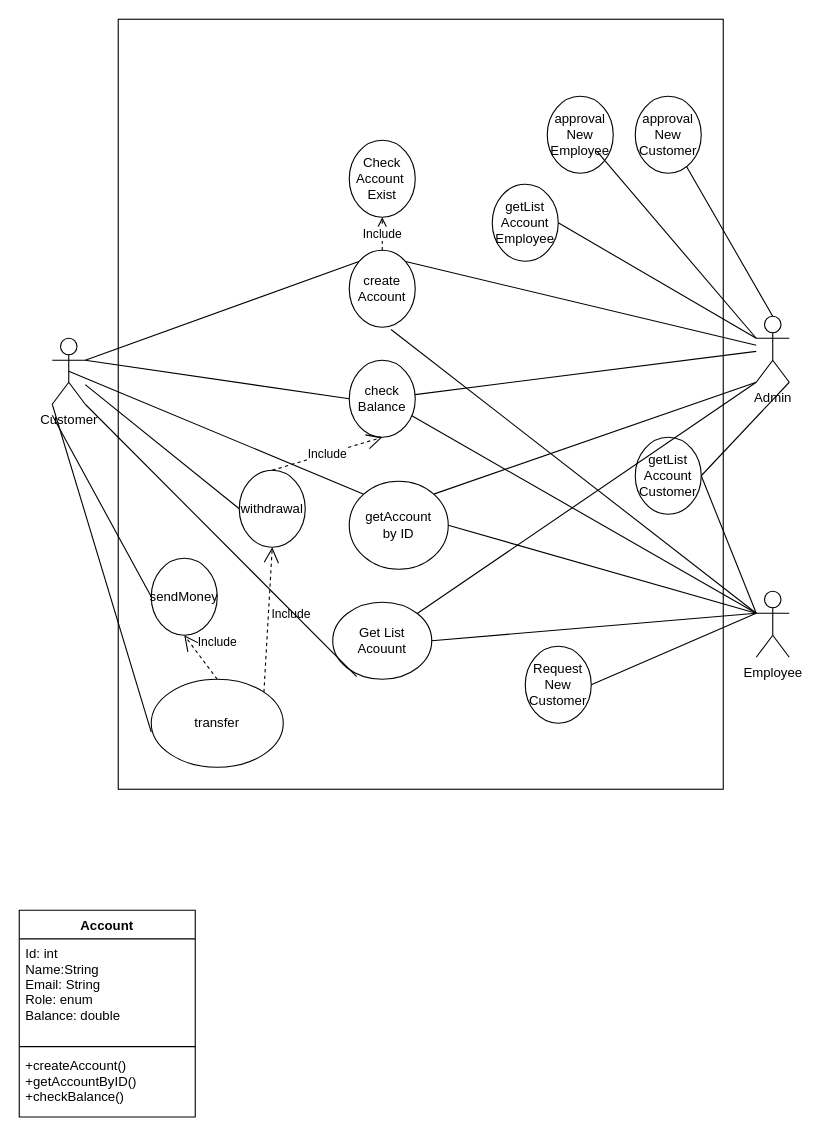
Above: Bank_Use_Case.drawio in QuyetVV1995/Bank (draw.io), before the change. Source tidied: cells renumbered, new cells numbered last; positions are measured from the earlier drawing's top-left corner, leaving out a move shared by most shapes. Both pictures are drawn from the tidied source at 110%, with x=0, y=0 at pixel (19, 19).
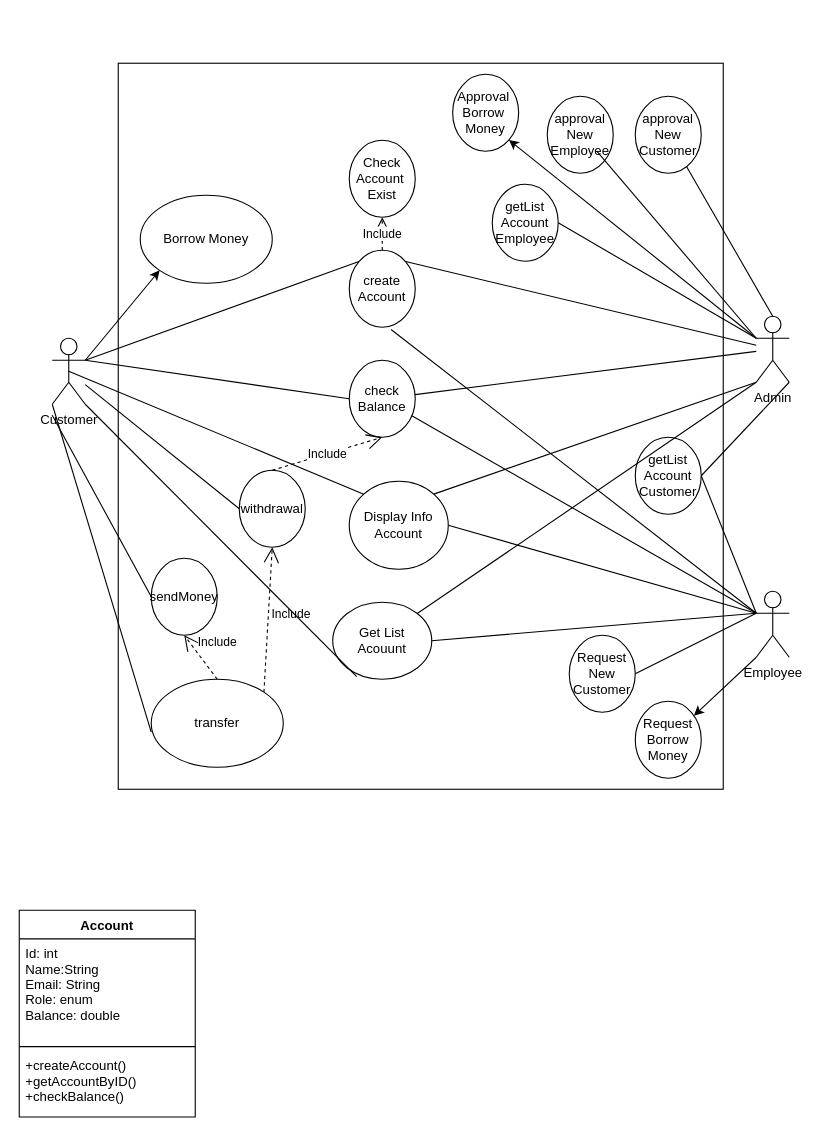
Above is the later version.

The change refers to these unchanged cells:
```xml
<mxCell id="2" value="Customer&lt;br&gt;" style="shape=umlActor;verticalLabelPosition=bottom;verticalAlign=top;html=1;outlineConnect=0;" parent="1" vertex="1">
  <mxGeometry x="30" y="290" width="30" height="60" as="geometry" />
</mxCell>
<mxCell id="3" value="Employee" style="shape=umlActor;verticalLabelPosition=bottom;verticalAlign=top;html=1;outlineConnect=0;" parent="1" vertex="1">
  <mxGeometry x="670" y="520" width="30" height="60" as="geometry" />
</mxCell>
<mxCell id="4" value="Admin" style="shape=umlActor;verticalLabelPosition=bottom;verticalAlign=top;html=1;outlineConnect=0;" parent="1" vertex="1">
  <mxGeometry x="670" y="270" width="30" height="60" as="geometry" />
</mxCell>
```

The edit, as a diff of the source:
```diff
@@
     <mxCell id="5" style="rounded=0;whiteSpace=wrap;html=1;" parent="1" vertex="1">
-      <mxGeometry x="90" width="550" height="700" as="geometry" />
+      <mxGeometry x="90" y="40" width="550" height="660" as="geometry" />
     </mxCell>
@@
     <mxCell id="11" value="Request&lt;br&gt;New&lt;br&gt;Customer" style="ellipse;whiteSpace=wrap;html=1;" parent="1" vertex="1">
-      <mxGeometry x="460" y="570" width="60" height="70" as="geometry" />
+      <mxGeometry x="500" y="560" width="60" height="70" as="geometry" />
     </mxCell>
@@
-    <mxCell id="21" value="getAccount&lt;br&gt;by ID" style="ellipse;whiteSpace=wrap;html=1;" parent="1" vertex="1">
+    <mxCell id="21" value="Display Info Account" style="ellipse;whiteSpace=wrap;html=1;" parent="1" vertex="1">
       <mxGeometry x="300" y="420" width="90" height="80" as="geometry" />
     </mxCell>
@@
+    <mxCell id="48" value="Borrow Money" style="ellipse;whiteSpace=wrap;html=1;" parent="1" vertex="1">
+      <mxGeometry x="110" y="160" width="120" height="80" as="geometry" />
+    </mxCell>
+    <mxCell id="49" style="endArrow=classic;html=1;exitX=1;exitY=0.3333333333333333;exitDx=0;exitDy=0;exitPerimeter=0;entryX=0;entryY=1;entryDx=0;entryDy=0;" parent="1" edge="1" source="2" target="48">
+      <mxGeometry relative="1" as="geometry" />
+    </mxCell>
+    <mxCell id="50" value="Request&lt;br&gt;Borrow&lt;br&gt;Money" style="ellipse;whiteSpace=wrap;html=1;" parent="1" vertex="1">
+      <mxGeometry x="560" y="620" width="60" height="70" as="geometry" />
+    </mxCell>
+    <mxCell id="51" style="endArrow=classic;html=1;exitX=0;exitY=1;exitDx=0;exitDy=0;exitPerimeter=0;" parent="1" edge="1" source="3" target="50">
+      <mxGeometry relative="1" as="geometry" />
+    </mxCell>
+    <mxCell id="52" value="Approval&amp;nbsp;&lt;br&gt;Borrow&amp;nbsp;&lt;br&gt;Money" style="ellipse;whiteSpace=wrap;html=1;" parent="1" vertex="1">
+      <mxGeometry x="394" y="50" width="60" height="70" as="geometry" />
+    </mxCell>
+    <mxCell id="53" style="endArrow=classic;html=1;exitX=0;exitY=0.3333333333333333;exitDx=0;exitDy=0;exitPerimeter=0;entryX=1;entryY=1;entryDx=0;entryDy=0;" parent="1" edge="1" source="4" target="52">
+      <mxGeometry relative="1" as="geometry" />
+    </mxCell>
```
